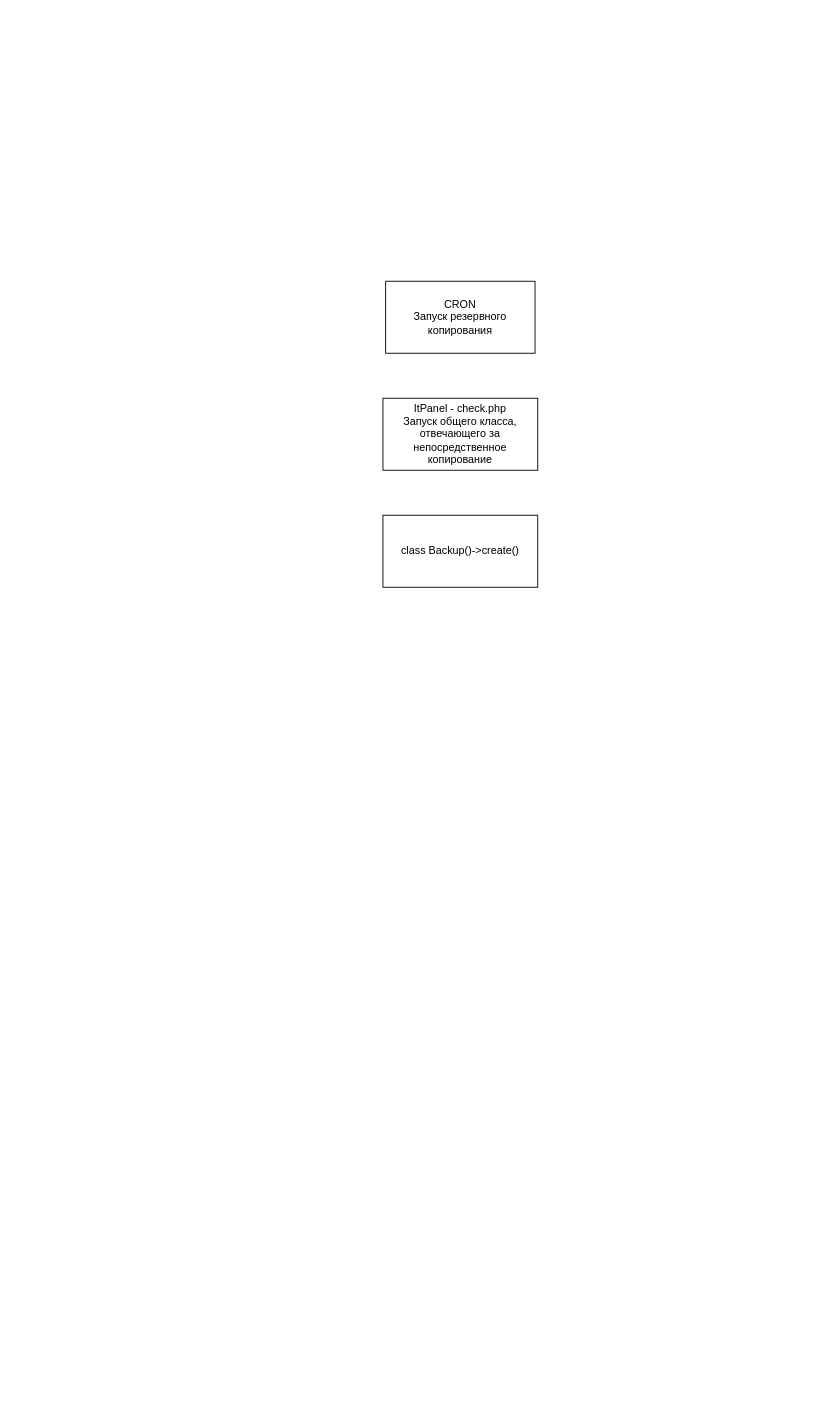
This is page "Backup class (main)" (1 of 2) of e-n_backup_diagram.drawio from WEBSTUDIUS/DIAGRAMS, a draw.io file, before an edit. Source tidied: cells renumbered, new cells numbered last; positions are measured from the earlier drawing's top-left corner, leaving out a move shared by most shapes. Both pictures are drawn from the tidied source at 90%, with x=0, y=0 at pixel (382, 281).
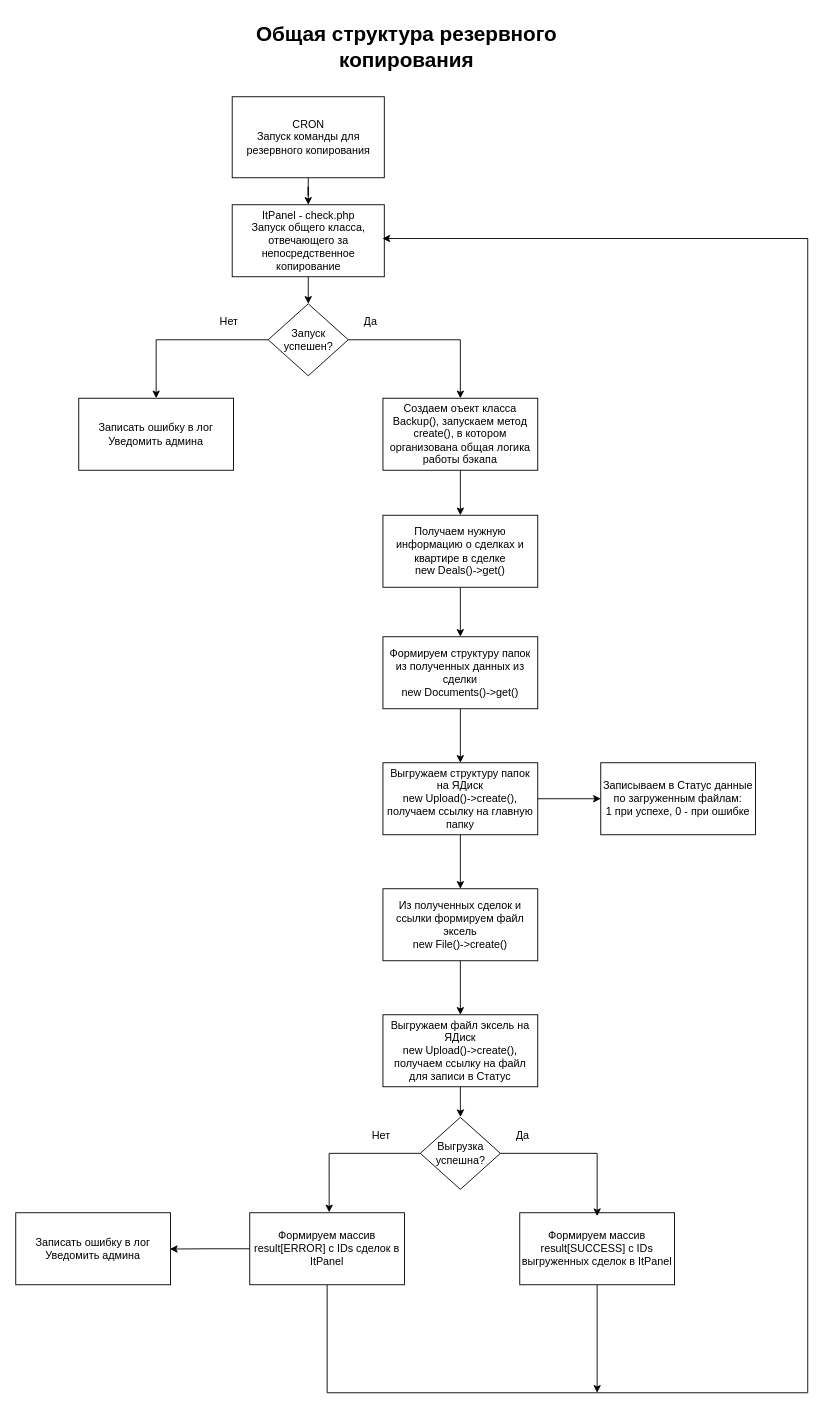
Above is the later version.

Diff of the diagram source:
```diff
@@
+    <mxCell id="5" style="edgeStyle=orthogonalEdgeStyle;rounded=0;jettySize=auto;html=1;entryX=0.5;entryY=0;entryDx=0;entryDy=0;" parent="1" edge="1" source="2" target="15">
+      <mxGeometry relative="1" as="geometry" />
+    </mxCell>
-    <mxCell id="2" value="&lt;div&gt;CRON&lt;/div&gt;Запуск резервного копирования" style="rounded=0;whiteSpace=wrap;html=1;" parent="1" vertex="1">
-      <mxGeometry x="3" width="166" height="80" as="geometry" />
+    <mxCell id="2" value="&lt;div&gt;CRON&lt;/div&gt;Запуск команды для резервного копирования" style="rounded=0;whiteSpace=wrap;html=1;" parent="1" vertex="1">
+      <mxGeometry x="-167.5" y="-205" width="169" height="90" as="geometry" />
     </mxCell>
+    <mxCell id="6" style="edgeStyle=orthogonalEdgeStyle;rounded=0;jettySize=auto;html=1;exitX=0.5;exitY=1;exitDx=0;exitDy=0;entryX=0.5;entryY=0;entryDx=0;entryDy=0;" parent="1" edge="1" source="3" target="17">
+      <mxGeometry relative="1" as="geometry" />
+    </mxCell>
-    <mxCell id="3" value="&lt;div&gt;class Backup()-&amp;gt;create()&lt;/div&gt;" style="rounded=0;whiteSpace=wrap;html=1;" parent="1" vertex="1">
+    <mxCell id="3" value="&lt;div&gt;Получаем нужную информацию о сделках и квартире в сделке&lt;/div&gt;&lt;div&gt;new Deals()-&amp;gt;get()&lt;/div&gt;" style="rounded=0;whiteSpace=wrap;html=1;" parent="1" vertex="1">
       <mxGeometry y="260" width="172" height="80" as="geometry" />
     </mxCell>
+    <mxCell id="7" style="edgeStyle=orthogonalEdgeStyle;rounded=0;jettySize=auto;html=1;exitX=0.5;exitY=1;exitDx=0;exitDy=0;entryX=0.5;entryY=0;entryDx=0;entryDy=0;" parent="1" edge="1" source="4" target="3">
+      <mxGeometry relative="1" as="geometry" />
+    </mxCell>
-    <mxCell id="4" value="&lt;div&gt;ItPanel - check.php&lt;/div&gt;&lt;div&gt;Запуск общего класса, отвечающего за непосредственное копирование&lt;/div&gt;" style="rounded=0;whiteSpace=wrap;html=1;" parent="1" vertex="1">
+    <mxCell id="4" value="Создаем оъект класса Backup(), запускаем метод create(), в котором организована общая логика работы бэкапа" style="rounded=0;whiteSpace=wrap;html=1;" parent="1" vertex="1">
       <mxGeometry y="130" width="172" height="80" as="geometry" />
     </mxCell>
+    <mxCell id="8" style="edgeStyle=orthogonalEdgeStyle;rounded=0;jettySize=auto;html=1;exitX=1;exitY=0.5;exitDx=0;exitDy=0;entryX=0.5;entryY=0;entryDx=0;entryDy=0;" parent="1" edge="1" source="10" target="4">
+      <mxGeometry relative="1" as="geometry" />
+    </mxCell>
+    <mxCell id="9" style="edgeStyle=orthogonalEdgeStyle;rounded=0;jettySize=auto;html=1;exitX=0;exitY=0.5;exitDx=0;exitDy=0;" parent="1" edge="1" source="10" target="12">
+      <mxGeometry relative="1" as="geometry" />
+    </mxCell>
+    <mxCell id="10" value="Запуск успешен?" style="rhombus;whiteSpace=wrap;html=1;" parent="1" vertex="1">
+      <mxGeometry x="-127.5" y="25" width="89" height="80" as="geometry" />
+    </mxCell>
+    <mxCell id="11" value="Да" style="text;strokeColor=none;fillColor=none;align=left;verticalAlign=middle;spacingLeft=4;spacingRight=4;overflow=hidden;whiteSpace=wrap;html=1;" parent="1" vertex="1">
+      <mxGeometry x="-27" y="30" width="80" height="30" as="geometry" />
+    </mxCell>
+    <mxCell id="12" value="&lt;div&gt;Записать ошибку в лог&lt;/div&gt;&lt;div&gt;Уведомить админа&lt;/div&gt;" style="rounded=0;whiteSpace=wrap;html=1;" parent="1" vertex="1">
+      <mxGeometry x="-338" y="130" width="172" height="80" as="geometry" />
+    </mxCell>
+    <mxCell id="13" value="Нет" style="text;strokeColor=none;fillColor=none;align=left;verticalAlign=middle;spacingLeft=4;spacingRight=4;overflow=hidden;whiteSpace=wrap;html=1;" parent="1" vertex="1">
+      <mxGeometry x="-187" y="30" width="80" height="30" as="geometry" />
+    </mxCell>
+    <mxCell id="14" style="edgeStyle=orthogonalEdgeStyle;rounded=0;jettySize=auto;html=1;exitX=0.5;exitY=1;exitDx=0;exitDy=0;entryX=0.5;entryY=0;entryDx=0;entryDy=0;" parent="1" edge="1" source="15" target="10">
+      <mxGeometry relative="1" as="geometry" />
+    </mxCell>
+    <mxCell id="15" value="&lt;div&gt;ItPanel - check.php&lt;/div&gt;&lt;div&gt;Запуск общего класса, отвечающего за непосредственное копирование&lt;/div&gt;" style="rounded=0;whiteSpace=wrap;html=1;" parent="1" vertex="1">
+      <mxGeometry x="-167.5" y="-85" width="169" height="80" as="geometry" />
+    </mxCell>
+    <mxCell id="16" style="edgeStyle=orthogonalEdgeStyle;rounded=0;jettySize=auto;html=1;exitX=0.5;exitY=1;exitDx=0;exitDy=0;entryX=0.5;entryY=0;entryDx=0;entryDy=0;" parent="1" edge="1" source="17" target="20">
+      <mxGeometry relative="1" as="geometry" />
+    </mxCell>
+    <mxCell id="17" value="&lt;div&gt;Формируем структуру папок из полученных данных из сделки&lt;/div&gt;&lt;div&gt;new Documents()-&amp;gt;get()&lt;/div&gt;" style="rounded=0;whiteSpace=wrap;html=1;" parent="1" vertex="1">
+      <mxGeometry y="395" width="172" height="80" as="geometry" />
+    </mxCell>
+    <mxCell id="18" style="edgeStyle=orthogonalEdgeStyle;rounded=0;jettySize=auto;html=1;exitX=0.5;exitY=1;exitDx=0;exitDy=0;entryX=0.5;entryY=0;entryDx=0;entryDy=0;" parent="1" edge="1" source="20" target="22">
+      <mxGeometry relative="1" as="geometry" />
+    </mxCell>
+    <mxCell id="19" style="edgeStyle=orthogonalEdgeStyle;rounded=0;jettySize=auto;html=1;" parent="1" edge="1" source="20" target="25">
+      <mxGeometry relative="1" as="geometry" />
+    </mxCell>
+    <mxCell id="20" value="&lt;div&gt;Выгружаем структуру папок на ЯДиск&lt;/div&gt;&lt;div&gt;new Upload()-&amp;gt;create(), получаем ссылку на главную папку&lt;/div&gt;" style="rounded=0;whiteSpace=wrap;html=1;" parent="1" vertex="1">
+      <mxGeometry y="535" width="172" height="80" as="geometry" />
+    </mxCell>
+    <mxCell id="21" style="edgeStyle=orthogonalEdgeStyle;rounded=0;jettySize=auto;html=1;entryX=0.5;entryY=0;entryDx=0;entryDy=0;" parent="1" edge="1" source="22" target="23">
+      <mxGeometry relative="1" as="geometry" />
+    </mxCell>
+    <mxCell id="22" value="&lt;div&gt;Из полученных сделок и ссылки формируем файл эксель&lt;/div&gt;&lt;div&gt;new File()-&amp;gt;create()&lt;/div&gt;" style="rounded=0;whiteSpace=wrap;html=1;" parent="1" vertex="1">
+      <mxGeometry y="675" width="172" height="80" as="geometry" />
+    </mxCell>
+    <mxCell id="23" value="&lt;div&gt;Выгружаем файл эксель на ЯДиск&lt;/div&gt;&lt;div&gt;new Upload()-&amp;gt;create(), получаем ссылку на файл для записи в Статус&lt;/div&gt;" style="rounded=0;whiteSpace=wrap;html=1;" parent="1" vertex="1">
+      <mxGeometry y="815" width="172" height="80" as="geometry" />
+    </mxCell>
+    <mxCell id="24" value="&lt;font style=&quot;font-size: 23px;&quot;&gt;&lt;b&gt;Общая структура резервного копирования&lt;/b&gt;&lt;/font&gt;" style="text;strokeColor=none;fillColor=none;align=center;verticalAlign=middle;spacingLeft=4;spacingRight=4;overflow=hidden;whiteSpace=wrap;html=1;" parent="1" vertex="1">
+      <mxGeometry x="-149" y="-295" width="351" height="70" as="geometry" />
+    </mxCell>
+    <mxCell id="25" value="&lt;div&gt;&lt;span style=&quot;background-color: transparent; color: light-dark(rgb(0, 0, 0), rgb(255, 255, 255));&quot;&gt;Записываем в Статус данные по загруженным файлам:&lt;/span&gt;&lt;/div&gt;&lt;div&gt;&lt;span style=&quot;background-color: transparent; color: light-dark(rgb(0, 0, 0), rgb(255, 255, 255));&quot;&gt;1 при успехе, 0 - при ошибке&lt;/span&gt;&lt;/div&gt;" style="rounded=0;whiteSpace=wrap;html=1;" parent="1" vertex="1">
+      <mxGeometry x="242" y="535" width="172" height="80" as="geometry" />
+    </mxCell>
+    <mxCell id="26" value="Выгрузка успешна?" style="rhombus;whiteSpace=wrap;html=1;" parent="1" vertex="1">
+      <mxGeometry x="41.5" y="929" width="89" height="80" as="geometry" />
+    </mxCell>
+    <mxCell id="27" value="Да" style="text;strokeColor=none;fillColor=none;align=left;verticalAlign=middle;spacingLeft=4;spacingRight=4;overflow=hidden;whiteSpace=wrap;html=1;" parent="1" vertex="1">
+      <mxGeometry x="142" y="934" width="80" height="30" as="geometry" />
+    </mxCell>
+    <mxCell id="28" value="Нет" style="text;strokeColor=none;fillColor=none;align=left;verticalAlign=middle;spacingLeft=4;spacingRight=4;overflow=hidden;whiteSpace=wrap;html=1;" parent="1" vertex="1">
+      <mxGeometry x="-18" y="934" width="80" height="30" as="geometry" />
+    </mxCell>
+    <mxCell id="29" style="edgeStyle=orthogonalEdgeStyle;rounded=0;jettySize=auto;html=1;entryX=0.988;entryY=0.469;entryDx=0;entryDy=0;entryPerimeter=0;" parent="1" edge="1" source="30" target="15">
+      <mxGeometry relative="1" as="geometry">
+        <Array as="points">
+          <mxPoint x="-62" y="1235" />
+          <mxPoint x="472" y="1235" />
+          <mxPoint x="472" y="-47" />
+        </Array>
+      </mxGeometry>
+    </mxCell>
+    <mxCell id="30" value="&lt;span style=&quot;text-align: left;&quot;&gt;Формируем массив result[ERROR] с IDs сделок в ItPanel&lt;/span&gt;" style="rounded=0;whiteSpace=wrap;html=1;" parent="1" vertex="1">
+      <mxGeometry x="-148" y="1035" width="172" height="80" as="geometry" />
+    </mxCell>
+    <mxCell id="31" style="edgeStyle=orthogonalEdgeStyle;rounded=0;jettySize=auto;html=1;entryX=0.513;entryY=-0.006;entryDx=0;entryDy=0;entryPerimeter=0;" parent="1" edge="1" source="26" target="30">
+      <mxGeometry relative="1" as="geometry" />
+    </mxCell>
+    <mxCell id="32" style="edgeStyle=orthogonalEdgeStyle;rounded=0;jettySize=auto;html=1;" parent="1" edge="1" source="33">
+      <mxGeometry relative="1" as="geometry">
+        <mxPoint x="238" y="1235" as="targetPoint" />
+      </mxGeometry>
+    </mxCell>
+    <mxCell id="33" value="&lt;span style=&quot;text-align: left;&quot;&gt;Формируем массив result[SUCCESS] с IDs выгруженных сделок в ItPanel&lt;/span&gt;" style="rounded=0;whiteSpace=wrap;html=1;" parent="1" vertex="1">
+      <mxGeometry x="152" y="1035" width="172" height="80" as="geometry" />
+    </mxCell>
+    <mxCell id="34" style="edgeStyle=orthogonalEdgeStyle;rounded=0;jettySize=auto;html=1;entryX=0.5;entryY=0.047;entryDx=0;entryDy=0;entryPerimeter=0;" parent="1" edge="1" source="26" target="33">
+      <mxGeometry relative="1" as="geometry" />
+    </mxCell>
+    <mxCell id="35" value="&lt;div&gt;Записать ошибку в лог&lt;/div&gt;&lt;div&gt;Уведомить админа&lt;/div&gt;" style="rounded=0;whiteSpace=wrap;html=1;" parent="1" vertex="1">
+      <mxGeometry x="-408" y="1035" width="172" height="80" as="geometry" />
+    </mxCell>
+    <mxCell id="36" style="edgeStyle=orthogonalEdgeStyle;rounded=0;jettySize=auto;html=1;entryX=0.996;entryY=0.504;entryDx=0;entryDy=0;entryPerimeter=0;" parent="1" edge="1" source="30" target="35">
+      <mxGeometry relative="1" as="geometry" />
+    </mxCell>
+    <mxCell id="37" style="edgeStyle=orthogonalEdgeStyle;rounded=0;jettySize=auto;html=1;entryX=0.502;entryY=-0.004;entryDx=0;entryDy=0;entryPerimeter=0;" parent="1" edge="1" source="23" target="26">
+      <mxGeometry relative="1" as="geometry" />
+    </mxCell>
```
